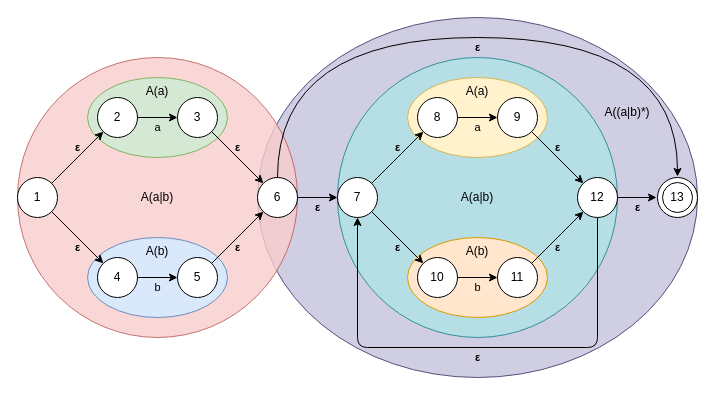
Above: page "Example TC - Marked" (6 of 9) of Thompson_Construction/Thompson_Construction.drawio in Tobi2K/diagrams.net (draw.io), before the change. Source tidied: cells renumbered, new cells numbered last; positions are measured from the earlier drawing's top-left corner, leaving out a move shared by most shapes. Both pictures are drawn from the tidied source at 100%, with x=0, y=0 at pixel (17, 17).
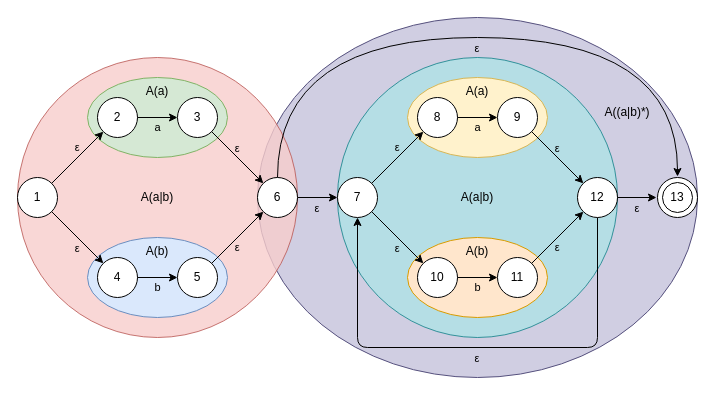
After the change.

Commit message:
TC: Remove formatting of text

The change refers to these unchanged cells:
```xml
<mxCell id="9" value="1" style="ellipse;whiteSpace=wrap;html=1;" parent="1" vertex="1">
  <mxGeometry y="160" width="40" height="40" as="geometry" />
</mxCell>
<mxCell id="10" value="2" style="ellipse;whiteSpace=wrap;html=1;" parent="1" vertex="1">
  <mxGeometry x="80" y="80" width="40" height="40" as="geometry" />
</mxCell>
<mxCell id="11" value="4" style="ellipse;whiteSpace=wrap;html=1;" parent="1" vertex="1">
  <mxGeometry x="80" y="240" width="40" height="40" as="geometry" />
</mxCell>
<mxCell id="12" value="3" style="ellipse;whiteSpace=wrap;html=1;" parent="1" vertex="1">
  <mxGeometry x="160" y="80" width="40" height="40" as="geometry" />
</mxCell>
<mxCell id="13" value="5" style="ellipse;whiteSpace=wrap;html=1;" parent="1" vertex="1">
  <mxGeometry x="160" y="240" width="40" height="40" as="geometry" />
</mxCell>
<mxCell id="16" value="6" style="ellipse;whiteSpace=wrap;html=1;" parent="1" vertex="1">
  <mxGeometry x="240" y="160" width="40" height="40" as="geometry" />
</mxCell>
<mxCell id="17" value="7" style="ellipse;whiteSpace=wrap;html=1;" parent="1" vertex="1">
  <mxGeometry x="320" y="160" width="40" height="40" as="geometry" />
</mxCell>
<mxCell id="18" value="8" style="ellipse;whiteSpace=wrap;html=1;" parent="1" vertex="1">
  <mxGeometry x="400" y="80" width="40" height="40" as="geometry" />
</mxCell>
<mxCell id="19" value="10" style="ellipse;whiteSpace=wrap;html=1;" parent="1" vertex="1">
  <mxGeometry x="400" y="240" width="40" height="40" as="geometry" />
</mxCell>
<mxCell id="20" value="9" style="ellipse;whiteSpace=wrap;html=1;" parent="1" vertex="1">
  <mxGeometry x="480" y="80" width="40" height="40" as="geometry" />
</mxCell>
<mxCell id="21" value="11" style="ellipse;whiteSpace=wrap;html=1;" parent="1" vertex="1">
  <mxGeometry x="480" y="240" width="40" height="40" as="geometry" />
</mxCell>
<mxCell id="23" value="12" style="ellipse;whiteSpace=wrap;html=1;" parent="1" vertex="1">
  <mxGeometry x="560" y="160" width="40" height="40" as="geometry" />
</mxCell>
<mxCell id="24" style="ellipse;whiteSpace=wrap;html=1;perimeterSpacing=1;strokeWidth=1;fillStyle=auto;fillColor=#FFFFFF;" parent="1" vertex="1">
  <mxGeometry x="640" y="160" width="40" height="40" as="geometry" />
</mxCell>
```

Change to the diagram source:
```diff
@@
-    <mxCell id="14" value="&lt;strong role=&quot;doc-subtitle&quot; class=&quot;header-char&quot;&gt;ε&lt;/strong&gt;" style="edgeStyle=orthogonalEdgeStyle;rounded=0;jettySize=auto;html=1;exitX=1;exitY=0.5;exitDx=0;exitDy=0;entryX=0;entryY=0.5;entryDx=0;entryDy=0;labelBackgroundColor=none;" parent="1" edge="1" source="16" target="17">
+    <mxCell id="14" value="ε" style="edgeStyle=orthogonalEdgeStyle;rounded=0;jettySize=auto;exitX=1;exitY=0.5;exitDx=0;exitDy=0;entryX=0;entryY=0.5;entryDx=0;entryDy=0;labelBackgroundColor=none;" parent="1" edge="1" source="16" target="17">
       <mxGeometry y="-10" relative="1" as="geometry" />
     </mxCell>
-    <mxCell id="15" value="&lt;strong role=&quot;doc-subtitle&quot; class=&quot;header-char&quot;&gt;ε&lt;/strong&gt;" style="edgeStyle=orthogonalEdgeStyle;jettySize=auto;html=1;exitX=0.5;exitY=0;exitDx=0;exitDy=0;entryX=0.5;entryY=0;entryDx=0;entryDy=0;curved=1;labelBackgroundColor=none;" parent="1" edge="1" source="16" target="24">
+    <mxCell id="15" value="ε" style="edgeStyle=orthogonalEdgeStyle;jettySize=auto;exitX=0.5;exitY=0;exitDx=0;exitDy=0;entryX=0.5;entryY=0;entryDx=0;entryDy=0;curved=1;labelBackgroundColor=none;fontColor=default;" parent="1" edge="1" source="16" target="24">
       <mxGeometry y="-10" relative="1" as="geometry">
         <Array as="points">
           <mxPoint x="260" y="20" />
           <mxPoint x="660" y="20" />
         </Array>
       </mxGeometry>
     </mxCell>
@@
-    <mxCell id="22" value="&lt;strong role=&quot;doc-subtitle&quot; class=&quot;header-char&quot;&gt;ε&lt;/strong&gt;" style="edgeStyle=orthogonalEdgeStyle;rounded=1;jettySize=auto;html=1;exitX=0.5;exitY=1;exitDx=0;exitDy=0;entryX=0.5;entryY=1;entryDx=0;entryDy=0;labelBackgroundColor=none;" parent="1" edge="1" source="23" target="17">
+    <mxCell id="22" value="ε" style="edgeStyle=orthogonalEdgeStyle;rounded=1;jettySize=auto;exitX=0.5;exitY=1;exitDx=0;exitDy=0;entryX=0.5;entryY=1;entryDx=0;entryDy=0;labelBackgroundColor=none;" parent="1" edge="1" source="23" target="17">
       <mxGeometry y="10" relative="1" as="geometry">
         <Array as="points">
           <mxPoint x="580" y="330" />
           <mxPoint x="340" y="330" />
         </Array>
       </mxGeometry>
     </mxCell>
@@
-    <mxCell id="26" value="&lt;strong role=&quot;doc-subtitle&quot; class=&quot;header-char&quot;&gt;ε&lt;/strong&gt;" style="endArrow=classic;html=1;rounded=0;exitX=1;exitY=0;exitDx=0;exitDy=0;entryX=0;entryY=1;entryDx=0;entryDy=0;labelBackgroundColor=none;" parent="1" edge="1" source="9" target="10">
+    <mxCell id="26" value="ε" style="endArrow=classic;rounded=0;exitX=1;exitY=0;exitDx=0;exitDy=0;entryX=0;entryY=1;entryDx=0;entryDy=0;labelBackgroundColor=none;" parent="1" edge="1" source="9" target="10">
       <mxGeometry x="0.19" y="7" relative="1" as="geometry" />
     </mxCell>
-    <mxCell id="27" value="&lt;strong role=&quot;doc-subtitle&quot; class=&quot;header-char&quot;&gt;ε&lt;/strong&gt;" style="endArrow=classic;html=1;rounded=0;exitX=1;exitY=1;exitDx=0;exitDy=0;entryX=0;entryY=0;entryDx=0;entryDy=0;labelBackgroundColor=none;" parent="1" edge="1" source="9" target="11">
+    <mxCell id="27" value="ε" style="endArrow=classic;rounded=0;exitX=1;exitY=1;exitDx=0;exitDy=0;entryX=0;entryY=0;entryDx=0;entryDy=0;labelBackgroundColor=none;" parent="1" edge="1" source="9" target="11">
       <mxGeometry x="0.19" y="-7" relative="1" as="geometry" />
     </mxCell>
@@
-    <mxCell id="30" value="&lt;strong role=&quot;doc-subtitle&quot; class=&quot;header-char&quot;&gt;ε&lt;/strong&gt;" style="endArrow=classic;html=1;rounded=0;exitX=1;exitY=0;exitDx=0;exitDy=0;entryX=0;entryY=1;entryDx=0;entryDy=0;labelBackgroundColor=none;" parent="1" edge="1" source="13" target="16">
+    <mxCell id="30" value="ε" style="endArrow=classic;rounded=0;exitX=1;exitY=0;exitDx=0;exitDy=0;entryX=0;entryY=1;entryDx=0;entryDy=0;labelBackgroundColor=none;" parent="1" edge="1" source="13" target="16">
       <mxGeometry x="-0.19" y="-7" relative="1" as="geometry" />
     </mxCell>
-    <mxCell id="31" value="&lt;strong role=&quot;doc-subtitle&quot; class=&quot;header-char&quot;&gt;ε&lt;/strong&gt;" style="endArrow=classic;html=1;rounded=0;exitX=1;exitY=1;exitDx=0;exitDy=0;entryX=0;entryY=0;entryDx=0;entryDy=0;labelBackgroundColor=none;" parent="1" edge="1" source="12" target="16">
+    <mxCell id="31" value="ε" style="endArrow=classic;rounded=0;exitX=1;exitY=1;exitDx=0;exitDy=0;entryX=0;entryY=0;entryDx=0;entryDy=0;labelBackgroundColor=none;" parent="1" edge="1" source="12" target="16">
       <mxGeometry x="-0.19" y="7" relative="1" as="geometry" />
     </mxCell>
-    <mxCell id="32" value="&lt;strong role=&quot;doc-subtitle&quot; class=&quot;header-char&quot;&gt;ε&lt;/strong&gt;" style="endArrow=classic;html=1;rounded=0;exitX=1;exitY=0;exitDx=0;exitDy=0;entryX=0;entryY=1;entryDx=0;entryDy=0;labelBackgroundColor=none;" parent="1" edge="1" source="17" target="18">
+    <mxCell id="32" value="ε" style="endArrow=classic;rounded=0;exitX=1;exitY=0;exitDx=0;exitDy=0;entryX=0;entryY=1;entryDx=0;entryDy=0;labelBackgroundColor=none;" parent="1" edge="1" source="17" target="18">
       <mxGeometry x="0.19" y="7" relative="1" as="geometry" />
     </mxCell>
-    <mxCell id="33" value="&lt;strong role=&quot;doc-subtitle&quot; class=&quot;header-char&quot;&gt;ε&lt;/strong&gt;" style="endArrow=classic;html=1;rounded=0;exitX=1;exitY=1;exitDx=0;exitDy=0;entryX=0;entryY=0;entryDx=0;entryDy=0;labelBackgroundColor=none;" parent="1" edge="1" source="17" target="19">
+    <mxCell id="33" value="ε" style="endArrow=classic;rounded=0;exitX=1;exitY=1;exitDx=0;exitDy=0;entryX=0;entryY=0;entryDx=0;entryDy=0;labelBackgroundColor=none;" parent="1" edge="1" source="17" target="19">
       <mxGeometry x="0.19" y="-7" relative="1" as="geometry" />
     </mxCell>
@@
-    <mxCell id="36" value="&lt;strong role=&quot;doc-subtitle&quot; class=&quot;header-char&quot;&gt;ε&lt;/strong&gt;" style="endArrow=classic;html=1;rounded=0;exitX=1;exitY=1;exitDx=0;exitDy=0;entryX=0;entryY=0;entryDx=0;entryDy=0;labelBackgroundColor=none;" parent="1" edge="1" source="20" target="23">
+    <mxCell id="36" value="ε" style="endArrow=classic;rounded=0;exitX=1;exitY=1;exitDx=0;exitDy=0;entryX=0;entryY=0;entryDx=0;entryDy=0;labelBackgroundColor=none;" parent="1" edge="1" source="20" target="23">
       <mxGeometry x="-0.19" y="7" relative="1" as="geometry" />
     </mxCell>
-    <mxCell id="37" value="&lt;strong role=&quot;doc-subtitle&quot; class=&quot;header-char&quot;&gt;ε&lt;/strong&gt;" style="endArrow=classic;html=1;rounded=0;exitX=1;exitY=0;exitDx=0;exitDy=0;entryX=0;entryY=1;entryDx=0;entryDy=0;labelBackgroundColor=none;" parent="1" edge="1" source="21" target="23">
+    <mxCell id="37" value="ε" style="endArrow=classic;rounded=0;exitX=1;exitY=0;exitDx=0;exitDy=0;entryX=0;entryY=1;entryDx=0;entryDy=0;labelBackgroundColor=none;" parent="1" edge="1" source="21" target="23">
       <mxGeometry x="-0.19" y="-7" relative="1" as="geometry" />
     </mxCell>
-    <mxCell id="38" value="&lt;strong role=&quot;doc-subtitle&quot; class=&quot;header-char&quot;&gt;ε&lt;/strong&gt;" style="endArrow=classic;html=1;rounded=0;exitX=1;exitY=0.5;exitDx=0;exitDy=0;entryX=0;entryY=0.5;entryDx=0;entryDy=0;labelBackgroundColor=none;" parent="1" edge="1" source="23" target="24">
+    <mxCell id="38" value="ε" style="endArrow=classic;rounded=0;exitX=1;exitY=0.5;exitDx=0;exitDy=0;entryX=0;entryY=0.5;entryDx=0;entryDy=0;labelBackgroundColor=none;" parent="1" edge="1" source="23" target="24">
       <mxGeometry x="0.03" y="-10" relative="1" as="geometry" />
     </mxCell>
```
